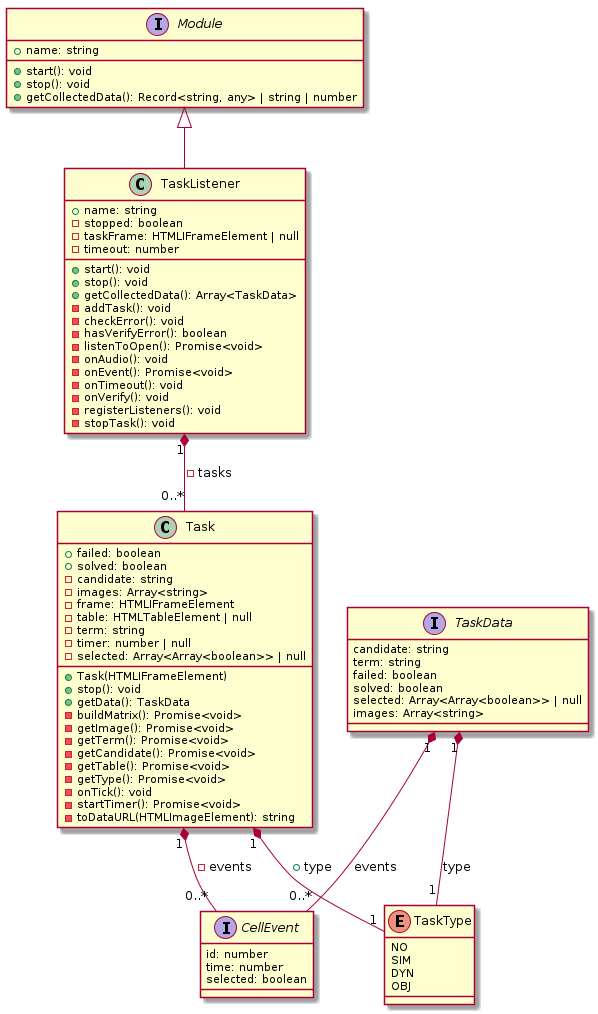
Before: ext/taskClass.png, a diagram exported from PlantUML (lustigo/refingerprint).
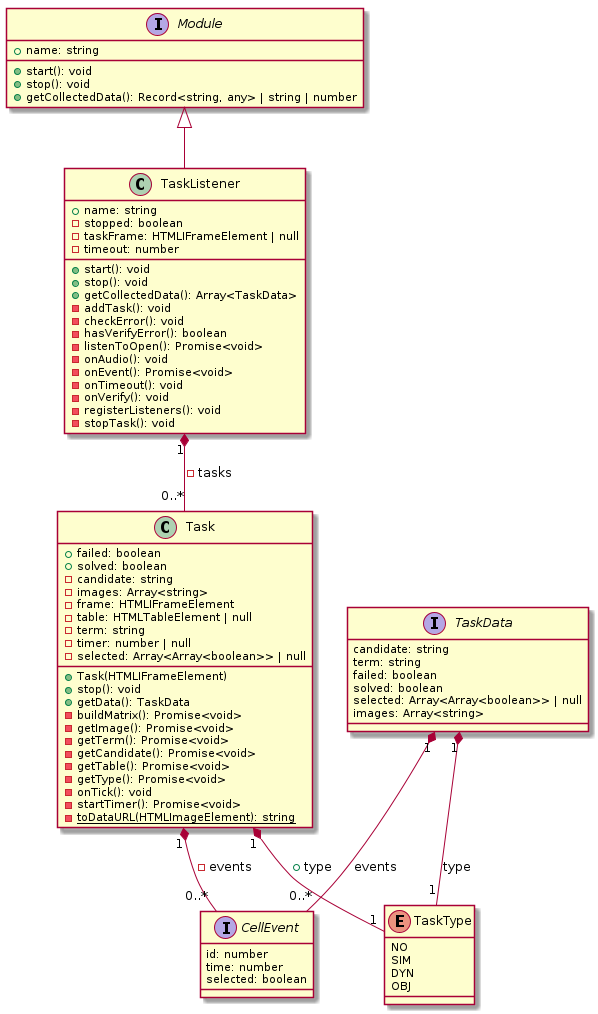
Later version of the same file.

Commit message:
fix: ext TaskUML geupdated

Change to the diagram source:
```diff
@@ -48,7 +48,7 @@
 	- getType(): Promise<void>
 	- onTick(): void
 	- startTimer(): Promise<void>
-	- toDataURL(HTMLImageElement): string
+	- {static} toDataURL(HTMLImageElement): string
 }
 
 interface CellEvent {
```
